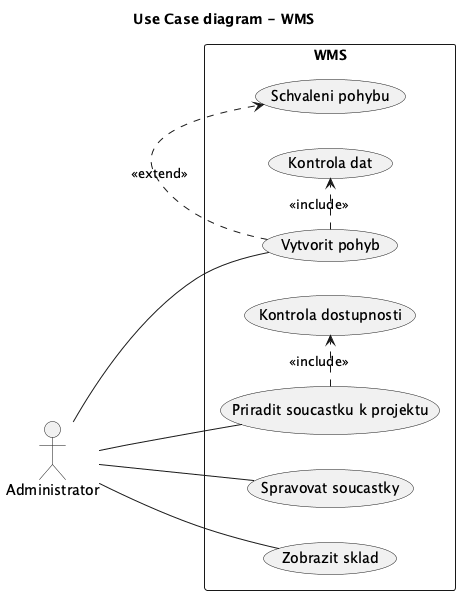
Earlier version of the PlantUML export docs/images/11_use_case.png (lkvapil/wms-elektronicke-soucastky).
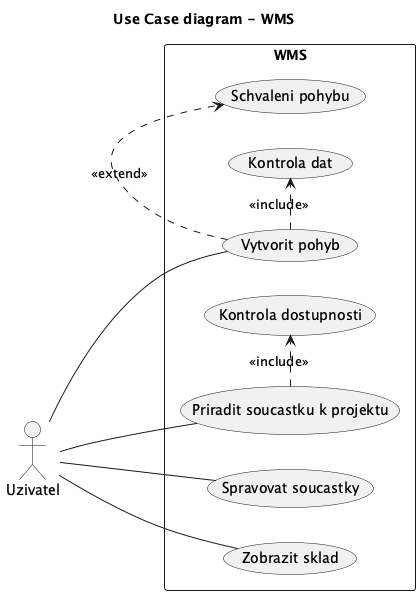
Later version of the same file.

Commit message:
refactor: Administrator prejmenovano na Uzivatel, rozsireny vztahy v class diagramu

The edit, as a diff of the source:
```diff
@@ -2,14 +2,14 @@
 left to right direction
 title Use Case diagram - WMS
 
-actor Administrator
+actor Uzivatel
 
 rectangle WMS {
 
-  Administrator -- (Vytvorit pohyb)
-  Administrator -- (Spravovat soucastky)
-  Administrator -- (Priradit soucastku k projektu)
-  Administrator -- (Zobrazit sklad)
+  Uzivatel -- (Vytvorit pohyb)
+  Uzivatel -- (Spravovat soucastky)
+  Uzivatel -- (Priradit soucastku k projektu)
+  Uzivatel -- (Zobrazit sklad)
 
   (Vytvorit pohyb) .> (Kontrola dat) : <<include>>
   (Priradit soucastku k projektu) .> (Kontrola dostupnosti) : <<include>>
```
